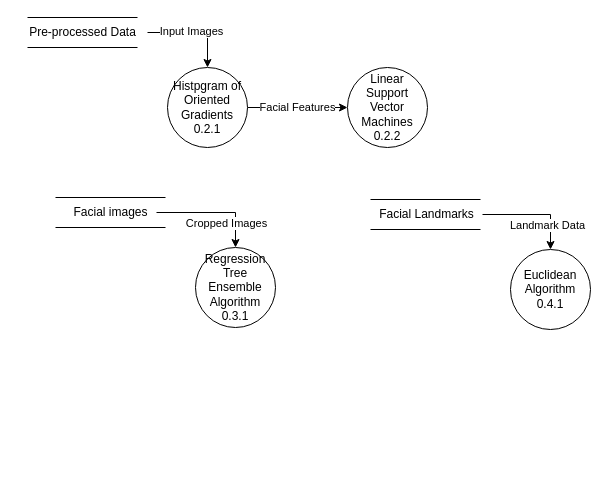
Earlier version of the draw.io diagram Untitled Diagram.drawio (347115683/Diagram). Source tidied: cells renumbered, new cells numbered last; positions are measured from the earlier drawing's top-left corner, leaving out a move shared by most shapes. Both pictures are drawn from the tidied source at 100%, with x=0, y=0 at pixel (17, 17).
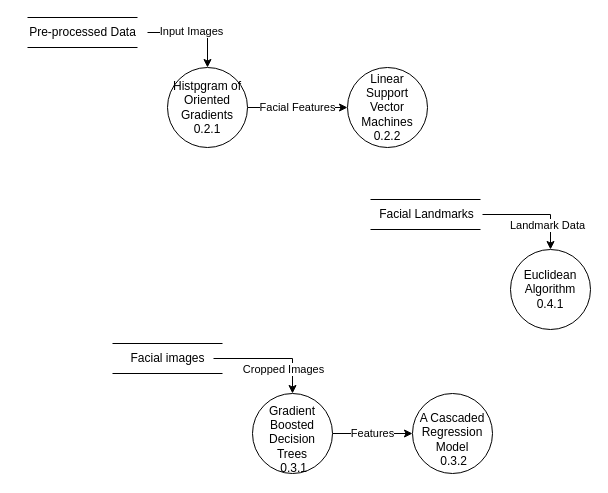
Above is the later version.

What changed in the source:
```diff
@@
+    <mxCell id="22" value="Features" style="edgeStyle=orthogonalEdgeStyle;rounded=0;jettySize=auto;html=1;" parent="1" edge="1" source="10" target="23">
+      <mxGeometry relative="1" as="geometry" />
+    </mxCell>
-    <mxCell id="10" value="Regression Tree Ensemble&lt;br&gt;Algorithm 0.3.1" style="ellipse;whiteSpace=wrap;html=1;" parent="1" vertex="1">
-      <mxGeometry x="178" y="230" width="80" height="80" as="geometry" />
+    <mxCell id="10" value="&lt;p class=&quot;MsoNormal&quot;&gt;&lt;/p&gt;Gradient Boosted Decision Trees&lt;br&gt;&amp;nbsp;0.3.1" style="ellipse;whiteSpace=wrap;html=1;" parent="1" vertex="1">
+      <mxGeometry x="235" y="376" width="80" height="80" as="geometry" />
     </mxCell>
     <mxCell id="11" style="endArrow=none;html=1;rounded=0;" parent="1" edge="1">
       <mxGeometry relative="1" as="geometry">
-        <mxPoint x="38" y="210" as="sourcePoint" />
-        <mxPoint x="148" y="210" as="targetPoint" />
+        <mxPoint x="95" y="356" as="sourcePoint" />
+        <mxPoint x="205" y="356" as="targetPoint" />
       </mxGeometry>
     </mxCell>
@@
     <mxCell id="14" value="Facial images" style="text;html=1;align=center;verticalAlign=middle;points=[];strokeColor=none;fillColor=none;" parent="1" vertex="1">
-      <mxGeometry x="47" y="182" width="92" height="26" as="geometry" />
+      <mxGeometry x="104" y="328" width="92" height="26" as="geometry" />
     </mxCell>
     <mxCell id="15" style="endArrow=none;html=1;rounded=0;" parent="1" edge="1">
       <mxGeometry relative="1" as="geometry">
-        <mxPoint x="38" y="180" as="sourcePoint" />
-        <mxPoint x="148" y="180" as="targetPoint" />
+        <mxPoint x="95" y="326" as="sourcePoint" />
+        <mxPoint x="205" y="326" as="targetPoint" />
       </mxGeometry>
     </mxCell>
@@
+    <mxCell id="23" value="&lt;p class=&quot;MsoNormal&quot;&gt;&lt;/p&gt;A Cascaded Regression Model&lt;br&gt;&amp;nbsp;0.3.2" style="ellipse;whiteSpace=wrap;html=1;" parent="1" vertex="1">
+      <mxGeometry x="395" y="376" width="80" height="80" as="geometry" />
+    </mxCell>
```
